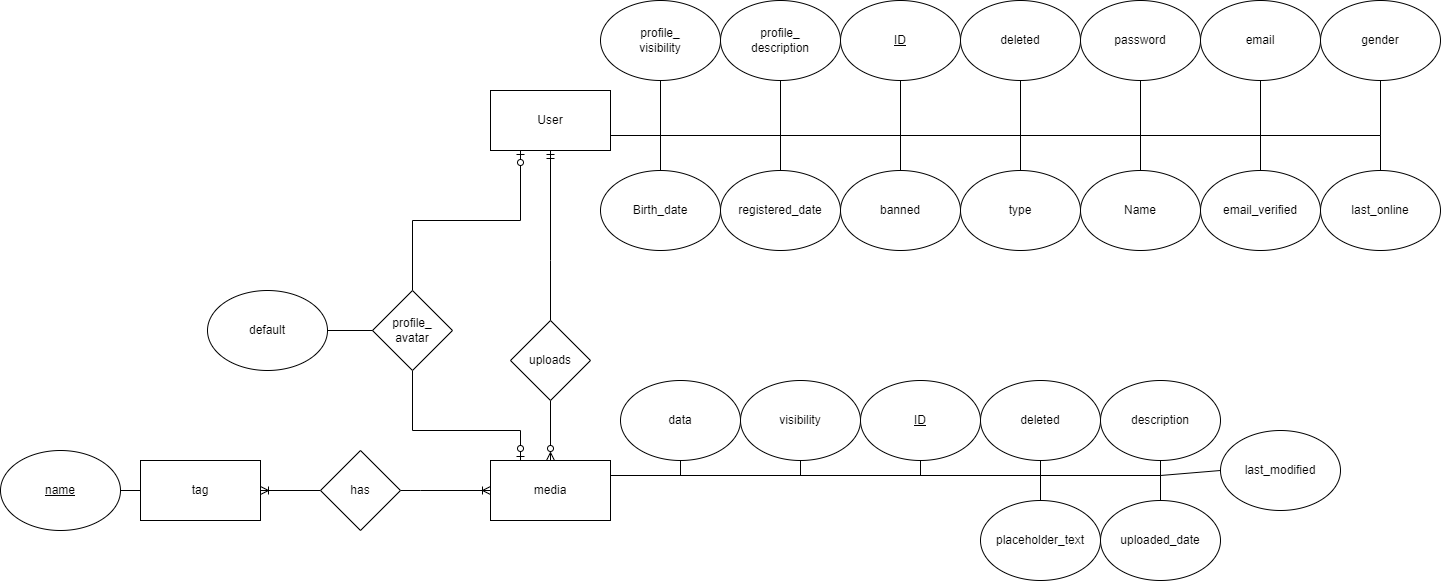
Earlier version of the draw.io export docs/dev/db/img/visual_posting_db_er_phase_01.drawio.png (gombosg21/vizsgaremek). Source tidied: cells renumbered, new cells last; positions are measured from the earlier drawing's top-left corner, leaving out a move shared by most shapes.
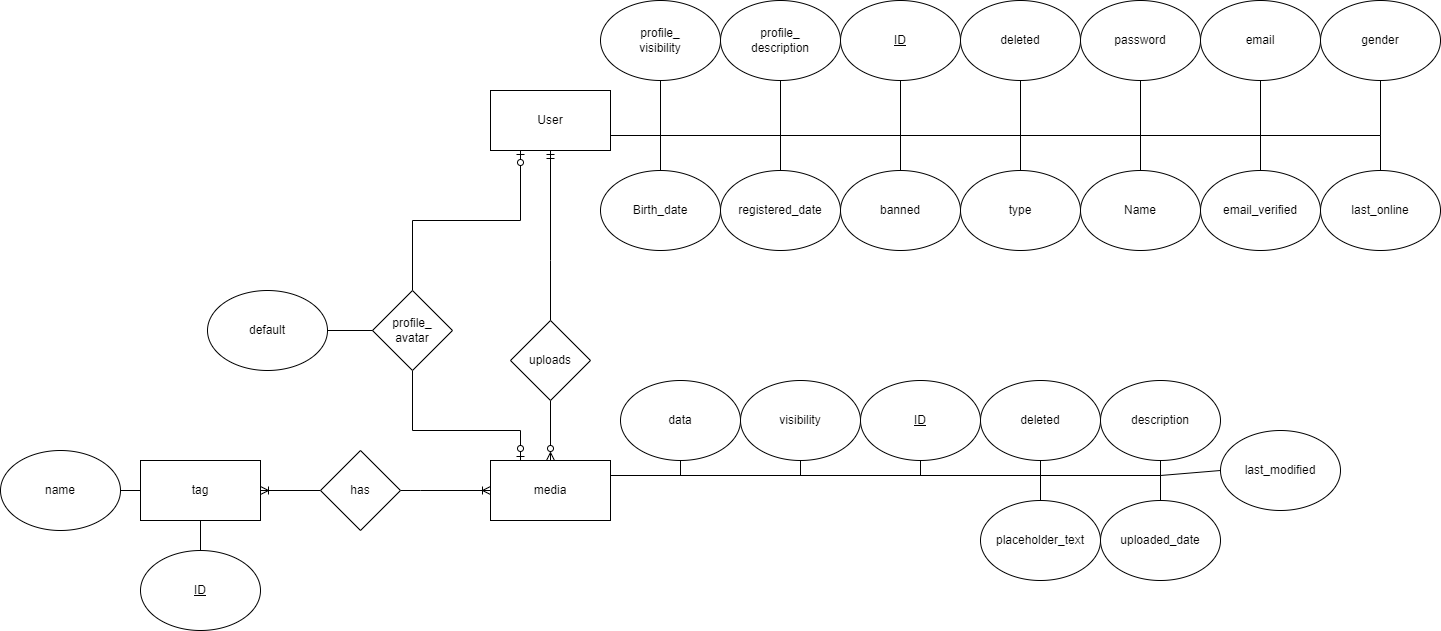
After the commit.

The edit, as a diff of the source:
```diff
@@ -119,7 +119,7 @@
         </Array>
       </mxGeometry>
     </mxCell>
-    <mxCell id="28" value="&lt;u&gt;name&lt;/u&gt;" style="ellipse;whiteSpace=wrap;html=1;" parent="1" vertex="1">
+    <mxCell id="28" value="name" style="ellipse;whiteSpace=wrap;html=1;" parent="1" vertex="1">
       <mxGeometry y="450" width="120" height="80" as="geometry" />
     </mxCell>
     <mxCell id="29" style="edgeStyle=orthogonalEdgeStyle;rounded=0;jettySize=auto;html=1;exitX=0.5;exitY=1;exitDx=0;exitDy=0;entryX=1;entryY=0.75;entryDx=0;entryDy=0;startArrow=none;startFill=0;endArrow=none;endFill=0;" parent="1" edge="1" source="30" target="4">
@@ -266,5 +266,11 @@
     <mxCell id="61" value="gender" style="ellipse;whiteSpace=wrap;html=1;" parent="1" vertex="1">
       <mxGeometry x="1320" width="120" height="80" as="geometry" />
     </mxCell>
+    <mxCell id="62" style="edgeStyle=orthogonalEdgeStyle;rounded=0;jettySize=auto;html=1;exitX=0.5;exitY=0;exitDx=0;exitDy=0;entryX=0.5;entryY=1;entryDx=0;entryDy=0;endArrow=none;endFill=0;" parent="1" edge="1" source="63" target="26">
+      <mxGeometry relative="1" as="geometry" />
+    </mxCell>
+    <mxCell id="63" value="&lt;u&gt;ID&lt;/u&gt;" style="ellipse;whiteSpace=wrap;html=1;" parent="1" vertex="1">
+      <mxGeometry x="140" y="550" width="120" height="80" as="geometry" />
+    </mxCell>
   </root>
 </mxGraphModel>
```
